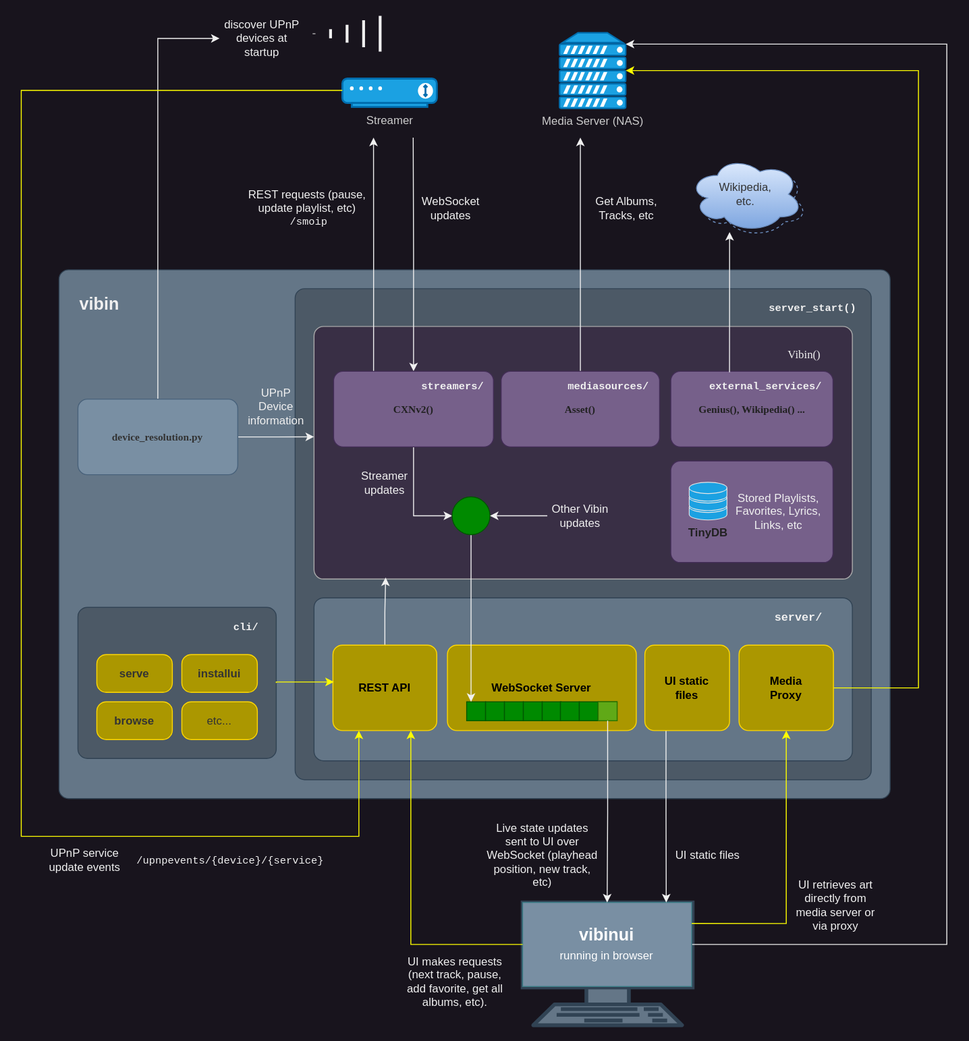
Before: media/vibin_architecture.svg, a diagram exported from draw.io (mjoblin/vibin). Source tidied: cells renumbered, new cells last; positions are measured from the earlier drawing's top-left corner, leaving out a move shared by most shapes.
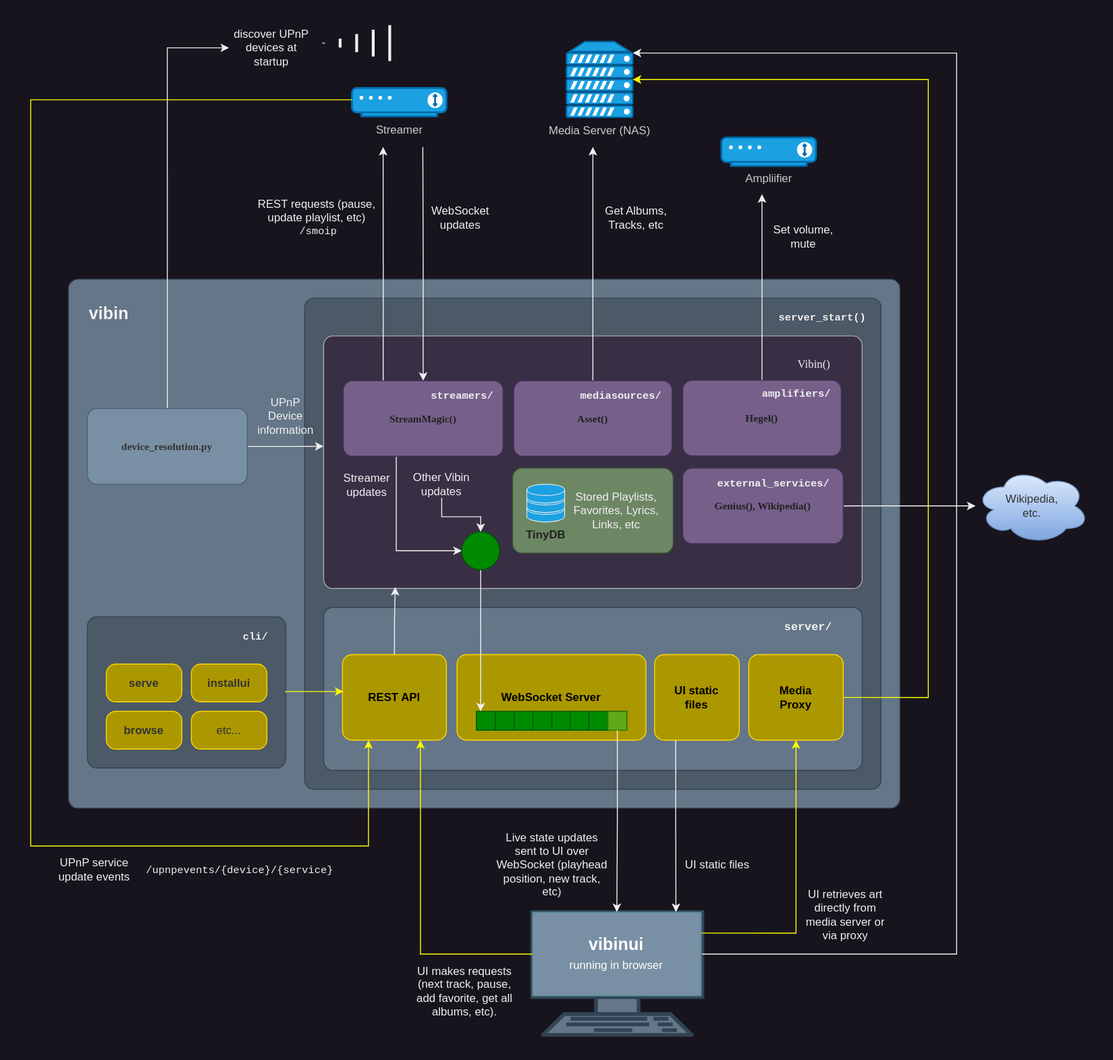
After the change.

Diff of the diagram source:
```diff
@@ -16,9 +16,6 @@
     <mxCell id="4" style="rounded=0;whiteSpace=wrap;html=1;fillColor=#798FA3;fontColor=#ffffff;strokeColor=#3A7E87;" parent="1" vertex="1">
       <mxGeometry x="530.9" y="940" width="179" height="89" as="geometry" />
     </mxCell>
-    <mxCell id="5" style="ellipse;shape=cloud;whiteSpace=wrap;html=1;fillColor=none;strokeColor=#6c8ebf;gradientColor=#7ea6e0;dashed=1;" parent="1" vertex="1">
-      <mxGeometry x="712.2" y="155" width="120" height="80" as="geometry" />
-    </mxCell>
     <mxCell id="6" style="rounded=1;whiteSpace=wrap;html=1;absoluteArcSize=1;fillColor=#647687;strokeColor=#314354;fontColor=#ffffff;" parent="1" vertex="1">
       <mxGeometry x="40" y="270" width="880" height="560" as="geometry" />
     </mxCell>
@@ -35,7 +32,7 @@
       <mxGeometry x="60" y="290" width="50" height="30" as="geometry" />
     </mxCell>
     <mxCell id="11" value="&lt;font color=&quot;#cccccc&quot;&gt;Media Server (NAS)&lt;/font&gt;" style="fontColor=#ffffff;verticalAlign=top;verticalLabelPosition=bottom;labelPosition=center;align=center;html=1;outlineConnect=0;fillColor=#1ba1e2;strokeColor=#006EAF;gradientDirection=north;strokeWidth=2;shape=mxgraph.networks.server;" parent="1" vertex="1">
-      <mxGeometry x="570" y="19" width="70" height="80" as="geometry" />
+      <mxGeometry x="567.1" y="18.5" width="70" height="80" as="geometry" />
     </mxCell>
     <mxCell id="12" value="&lt;font color=&quot;#cccccc&quot;&gt;Streamer&lt;/font&gt;" style="fontColor=#ffffff;verticalAlign=top;verticalLabelPosition=bottom;labelPosition=center;align=center;html=1;outlineConnect=0;fillColor=#1ba1e2;strokeColor=#006EAF;gradientDirection=north;strokeWidth=2;shape=mxgraph.networks.modem;" parent="1" vertex="1">
       <mxGeometry x="340" y="67.5" width="100" height="30" as="geometry" />
@@ -49,7 +46,7 @@
     <mxCell id="15" value="&lt;font color=&quot;#333333&quot;&gt;&lt;b&gt;serve&lt;/b&gt;&lt;/font&gt;" style="rounded=1;whiteSpace=wrap;html=1;absoluteArcSize=1;fillColor=#AB9700;strokeColor=#FFD800;fontColor=#000000;" parent="1" vertex="1">
       <mxGeometry x="80" y="677.5" width="80" height="40" as="geometry" />
     </mxCell>
-    <mxCell id="16" style="edgeStyle=orthogonalEdgeStyle;rounded=0;jettySize=auto;html=1;exitX=0.5;exitY=1;exitDx=0;exitDy=0;entryX=0;entryY=0.5;entryDx=0;entryDy=0;" parent="1" edge="1" source="19" target="48">
+    <mxCell id="16" style="edgeStyle=orthogonalEdgeStyle;rounded=0;jettySize=auto;html=1;exitX=0.332;exitY=1.006;exitDx=0;exitDy=0;entryX=0;entryY=0.5;entryDx=0;entryDy=0;exitPerimeter=0;" parent="1" edge="1" source="19" target="48">
       <mxGeometry relative="1" as="geometry" />
     </mxCell>
     <mxCell id="17" style="edgeStyle=orthogonalEdgeStyle;rounded=0;jettySize=auto;html=1;exitX=0.5;exitY=0;exitDx=0;exitDy=0;startArrow=classic;startFill=1;endArrow=none;endFill=0;" parent="1" edge="1" source="19">
@@ -62,19 +59,19 @@
         <mxPoint x="373" y="130" as="targetPoint" />
       </mxGeometry>
     </mxCell>
-    <mxCell id="19" value="&lt;font color=&quot;#212121&quot; face=&quot;Verdana&quot; style=&quot;font-size: 11px;&quot;&gt;&lt;b style=&quot;&quot;&gt;CXNv2()&lt;/b&gt;&lt;/font&gt;" style="rounded=1;whiteSpace=wrap;html=1;absoluteArcSize=1;fillColor=#76608a;strokeColor=#432D57;fontColor=#ffffff;" parent="1" vertex="1">
+    <mxCell id="19" value="&lt;font color=&quot;#212121&quot; face=&quot;Verdana&quot; style=&quot;font-size: 11px;&quot;&gt;&lt;b style=&quot;&quot;&gt;StreamMagic()&lt;/b&gt;&lt;/font&gt;" style="rounded=1;whiteSpace=wrap;html=1;absoluteArcSize=1;fillColor=#76608a;strokeColor=#432D57;fontColor=#ffffff;" parent="1" vertex="1">
       <mxGeometry x="330.8" y="377.5" width="169.2" height="80" as="geometry" />
     </mxCell>
-    <mxCell id="20" style="edgeStyle=orthogonalEdgeStyle;rounded=0;jettySize=auto;html=1;exitX=0.5;exitY=0;exitDx=0;exitDy=0;" parent="1" edge="1" source="21">
-      <mxGeometry relative="1" as="geometry">
-        <mxPoint x="592" y="130" as="targetPoint" />
-      </mxGeometry>
-    </mxCell>
+    <mxCell id="80" style="edgeStyle=orthogonalEdgeStyle;rounded=0;jettySize=auto;html=1;exitX=0.5;exitY=0;exitDx=0;exitDy=0;" parent="1" edge="1" source="21">
+      <mxGeometry relative="1" as="geometry">
+        <mxPoint x="595" y="130" as="targetPoint" />
+      </mxGeometry>
+    </mxCell>
     <mxCell id="21" value="&lt;font color=&quot;#212121&quot; face=&quot;Verdana&quot; style=&quot;font-size: 11px;&quot;&gt;&lt;b style=&quot;&quot;&gt;Asset()&lt;/b&gt;&lt;/font&gt;" style="rounded=1;whiteSpace=wrap;html=1;absoluteArcSize=1;fillColor=#76608a;strokeColor=#432D57;fontColor=#ffffff;" parent="1" vertex="1">
-      <mxGeometry x="508.1" y="377.5" width="167.8" height="80" as="geometry" />
+      <mxGeometry x="511.1" y="377.5" width="167.8" height="80" as="geometry" />
     </mxCell>
     <mxCell id="22" value="&lt;font color=&quot;#333333&quot;&gt;Wikipedia,&lt;br&gt;etc.&lt;br&gt;&lt;/font&gt;" style="ellipse;shape=cloud;whiteSpace=wrap;html=1;fillColor=#dae8fc;strokeColor=#6c8ebf;gradientColor=#7ea6e0;" parent="1" vertex="1">
-      <mxGeometry x="707.2" y="150" width="120" height="80" as="geometry" />
+      <mxGeometry x="1000" y="470" width="120" height="80" as="geometry" />
     </mxCell>
     <mxCell id="23" value="&lt;font color=&quot;#333333&quot;&gt;&lt;b&gt;installui&lt;/b&gt;&lt;/font&gt;" style="rounded=1;whiteSpace=wrap;html=1;absoluteArcSize=1;fillColor=#AB9700;strokeColor=#FFD800;fontColor=#000000;" parent="1" vertex="1">
       <mxGeometry x="170" y="677.5" width="80" height="40" as="geometry" />
@@ -91,8 +88,11 @@
     <mxCell id="27" value="&lt;font style=&quot;&quot; face=&quot;Verdana&quot;&gt;Vibin()&lt;/font&gt;" style="text;html=1;strokeColor=none;fillColor=none;align=left;verticalAlign=middle;whiteSpace=wrap;rounded=0;" parent="1" vertex="1">
       <mxGeometry x="810" y="350" width="145" height="20" as="geometry" />
     </mxCell>
+    <mxCell id="81" style="edgeStyle=orthogonalEdgeStyle;rounded=0;jettySize=auto;html=1;exitX=1;exitY=0.5;exitDx=0;exitDy=0;" parent="1" edge="1" source="28" target="22">
+      <mxGeometry relative="1" as="geometry" />
+    </mxCell>
-    <mxCell id="28" value="&lt;font color=&quot;#212121&quot; face=&quot;Verdana&quot; style=&quot;font-size: 11px;&quot;&gt;&lt;b style=&quot;&quot;&gt;Genius(), Wikipedia() ...&lt;/b&gt;&lt;/font&gt;" style="rounded=1;whiteSpace=wrap;html=1;absoluteArcSize=1;fillColor=#76608a;strokeColor=#432D57;fontColor=#ffffff;" parent="1" vertex="1">
-      <mxGeometry x="687.8" y="377.5" width="171.8" height="80" as="geometry" />
+    <mxCell id="28" value="&lt;font color=&quot;#212121&quot; face=&quot;Verdana&quot; style=&quot;font-size: 11px;&quot;&gt;&lt;b style=&quot;&quot;&gt;Genius(), Wikipedia()&lt;br&gt;&lt;/b&gt;&lt;/font&gt;" style="rounded=1;whiteSpace=wrap;html=1;absoluteArcSize=1;fillColor=#76608a;strokeColor=#432D57;fontColor=#ffffff;" parent="1" vertex="1">
+      <mxGeometry x="690" y="470" width="170" height="80" as="geometry" />
     </mxCell>
     <mxCell id="29" style="rounded=1;whiteSpace=wrap;html=1;absoluteArcSize=1;fillColor=#647687;strokeColor=#314354;fontColor=#ffffff;" parent="1" vertex="1">
       <mxGeometry x="310" y="617.5" width="570" height="172.5" as="geometry" />
@@ -113,10 +113,10 @@
       <mxGeometry x="422" y="384" width="65" height="20" as="geometry" />
     </mxCell>
     <mxCell id="35" value="&lt;b style=&quot;font-size: 11px;&quot;&gt;&lt;font face=&quot;Courier New&quot; style=&quot;font-size: 11px;&quot;&gt;mediasources/&lt;/font&gt;&lt;/b&gt;" style="text;html=1;strokeColor=none;fillColor=none;align=left;verticalAlign=middle;whiteSpace=wrap;rounded=0;fontSize=11;" parent="1" vertex="1">
-      <mxGeometry x="577" y="384" width="90" height="20" as="geometry" />
+      <mxGeometry x="580" y="384" width="90" height="20" as="geometry" />
     </mxCell>
     <mxCell id="36" value="&lt;b style=&quot;font-size: 11px;&quot;&gt;&lt;font face=&quot;Courier New&quot; style=&quot;font-size: 11px;&quot;&gt;external_services/&lt;/font&gt;&lt;/b&gt;" style="text;html=1;strokeColor=none;fillColor=none;align=left;verticalAlign=middle;whiteSpace=wrap;rounded=0;fontSize=11;" parent="1" vertex="1">
-      <mxGeometry x="727" y="384" width="120" height="20" as="geometry" />
+      <mxGeometry x="725.1" y="476.5" width="120" height="20" as="geometry" />
     </mxCell>
     <mxCell id="37" style="group;" parent="1" vertex="1">
       <mxGeometry x="471.6" y="727.5" width="159.2" height="20" as="geometry" />
@@ -154,7 +154,7 @@
       </mxGeometry>
     </mxCell>
     <mxCell id="48" style="ellipse;whiteSpace=wrap;html=1;fillColor=#008a00;fontColor=#ffffff;strokeColor=#005700;" parent="1" vertex="1">
-      <mxGeometry x="456.2" y="510.5" width="40" height="40" as="geometry" />
+      <mxGeometry x="456.2" y="537.5" width="40" height="40" as="geometry" />
     </mxCell>
     <mxCell id="49" style="edgeStyle=orthogonalEdgeStyle;rounded=0;jettySize=auto;html=1;exitX=0.25;exitY=1;exitDx=0;exitDy=0;entryX=0.891;entryY=0;entryDx=0;entryDy=0;entryPerimeter=0;" parent="1" edge="1" source="50" target="26">
       <mxGeometry relative="1" as="geometry" />
@@ -238,13 +238,13 @@
       </mxGeometry>
     </mxCell>
     <mxCell id="70" value="Streamer&lt;br&gt;updates" style="text;html=1;strokeColor=none;fillColor=none;align=center;verticalAlign=middle;whiteSpace=wrap;rounded=0;" parent="1" vertex="1">
-      <mxGeometry x="355" y="480.5" width="60" height="30" as="geometry" />
+      <mxGeometry x="326" y="473" width="60" height="30" as="geometry" />
     </mxCell>
-    <mxCell id="71" style="edgeStyle=orthogonalEdgeStyle;rounded=0;jettySize=auto;html=1;exitX=0;exitY=0.5;exitDx=0;exitDy=0;entryX=1;entryY=0.5;entryDx=0;entryDy=0;" parent="1" edge="1" source="72" target="48">
+    <mxCell id="71" style="edgeStyle=orthogonalEdgeStyle;rounded=0;jettySize=auto;html=1;exitX=0.5;exitY=1;exitDx=0;exitDy=0;entryX=0.5;entryY=0;entryDx=0;entryDy=0;" parent="1" edge="1" source="72" target="48">
       <mxGeometry relative="1" as="geometry" />
     </mxCell>
     <mxCell id="72" value="Other Vibin&lt;br&gt;updates" style="text;html=1;strokeColor=none;fillColor=none;align=center;verticalAlign=middle;whiteSpace=wrap;rounded=0;" parent="1" vertex="1">
-      <mxGeometry x="557" y="515.5" width="70" height="30" as="geometry" />
+      <mxGeometry x="400" y="471.5" width="70" height="30" as="geometry" />
     </mxCell>
     <mxCell id="73" value="Get Albums, Tracks, etc" style="text;html=1;strokeColor=none;fillColor=none;align=center;verticalAlign=middle;whiteSpace=wrap;rounded=0;" parent="1" vertex="1">
       <mxGeometry x="606.1" y="190" width="69.7" height="30" as="geometry" />
@@ -252,22 +252,34 @@
     <mxCell id="74" value="UPnP Device&lt;br&gt;information" style="text;html=1;strokeColor=none;fillColor=none;align=center;verticalAlign=middle;whiteSpace=wrap;rounded=0;" parent="1" vertex="1">
       <mxGeometry x="240" y="387.5" width="60" height="55" as="geometry" />
     </mxCell>
-    <mxCell id="75" style="rounded=1;whiteSpace=wrap;html=1;absoluteArcSize=1;fillColor=#76608a;strokeColor=#432D57;fontColor=#ffffff;" parent="1" vertex="1">
-      <mxGeometry x="687.8" y="472.5" width="171.8" height="107.5" as="geometry" />
+    <mxCell id="75" style="rounded=1;whiteSpace=wrap;html=1;absoluteArcSize=1;fillColor=#6d8764;strokeColor=#3A5431;fontColor=#ffffff;" parent="1" vertex="1">
+      <mxGeometry x="510" y="470" width="170" height="90" as="geometry" />
     </mxCell>
     <mxCell id="76" value="&lt;font color=&quot;#212121&quot;&gt;&lt;b&gt;TinyDB&lt;/b&gt;&lt;/font&gt;" style="fontColor=#E6E6E6;verticalAlign=top;verticalLabelPosition=bottom;labelPosition=center;align=center;html=1;fillColor=#1BA1E2;strokeColor=#E6E6E6;gradientColor=none;gradientDirection=north;strokeWidth=2;shape=mxgraph.networks.storage;" parent="1" vertex="1">
-      <mxGeometry x="707.2" y="495" width="40" height="40" as="geometry" />
+      <mxGeometry x="525.1" y="487" width="40" height="40" as="geometry" />
     </mxCell>
     <mxCell id="77" value="Stored Playlists, Favorites, Lyrics, Links, etc" style="text;html=1;strokeColor=none;fillColor=none;align=center;verticalAlign=middle;whiteSpace=wrap;rounded=0;" parent="1" vertex="1">
-      <mxGeometry x="747.2" y="501.2" width="110" height="50" as="geometry" />
+      <mxGeometry x="565.1" y="489.5" width="110" height="50" as="geometry" />
     </mxCell>
-    <mxCell id="78" style="edgeStyle=orthogonalEdgeStyle;rounded=0;jettySize=auto;html=1;entryX=0.362;entryY=0.013;entryDx=0;entryDy=0;entryPerimeter=0;startArrow=classic;startFill=1;endArrow=none;endFill=0;" parent="1" edge="1" target="28">
-      <mxGeometry relative="1" as="geometry">
-        <mxPoint x="750" y="230" as="sourcePoint" />
-      </mxGeometry>
-    </mxCell>
     <mxCell id="79" style="edgeStyle=orthogonalEdgeStyle;rounded=0;jettySize=auto;html=1;exitX=1;exitY=0.25;exitDx=0;exitDy=0;entryX=0.5;entryY=1;entryDx=0;entryDy=0;strokeColor=#FFFF00;" parent="1" edge="1" source="4" target="52">
       <mxGeometry relative="1" as="geometry" />
     </mxCell>
+    <mxCell id="82" style="edgeStyle=orthogonalEdgeStyle;rounded=0;jettySize=auto;html=1;exitX=0.5;exitY=0;exitDx=0;exitDy=0;" parent="1" edge="1" source="83">
+      <mxGeometry relative="1" as="geometry">
+        <mxPoint x="774" y="180" as="targetPoint" />
+      </mxGeometry>
+    </mxCell>
+    <mxCell id="83" value="&lt;font color=&quot;#212121&quot; face=&quot;Verdana&quot; style=&quot;font-size: 11px;&quot;&gt;&lt;b style=&quot;&quot;&gt;Hegel()&lt;/b&gt;&lt;/font&gt;" style="rounded=1;whiteSpace=wrap;html=1;absoluteArcSize=1;fillColor=#76608a;strokeColor=#432D57;fontColor=#ffffff;" parent="1" vertex="1">
+      <mxGeometry x="690.1" y="377" width="167.8" height="80" as="geometry" />
+    </mxCell>
+    <mxCell id="84" value="&lt;b style=&quot;font-size: 11px;&quot;&gt;&lt;font face=&quot;Courier New&quot; style=&quot;font-size: 11px;&quot;&gt;amplifiers/&lt;/font&gt;&lt;/b&gt;" style="text;html=1;strokeColor=none;fillColor=none;align=right;verticalAlign=middle;whiteSpace=wrap;rounded=0;fontSize=11;" parent="1" vertex="1">
+      <mxGeometry x="759" y="381.5" width="90" height="20" as="geometry" />
+    </mxCell>
+    <mxCell id="85" value="&lt;font color=&quot;#cccccc&quot;&gt;Ampliifier&lt;/font&gt;" style="fontColor=#ffffff;verticalAlign=top;verticalLabelPosition=bottom;labelPosition=center;align=center;html=1;fillColor=#1ba1e2;strokeColor=#006EAF;gradientDirection=north;strokeWidth=2;shape=mxgraph.networks.modem;" parent="1" vertex="1">
+      <mxGeometry x="731.1" y="120" width="100" height="30" as="geometry" />
+    </mxCell>
+    <mxCell id="86" value="Set volume, mute" style="text;html=1;strokeColor=none;fillColor=none;align=center;verticalAlign=middle;whiteSpace=wrap;rounded=0;" parent="1" vertex="1">
+      <mxGeometry x="783.3" y="210" width="69.7" height="30" as="geometry" />
+    </mxCell>
   </root>
 </mxGraphModel>
```
